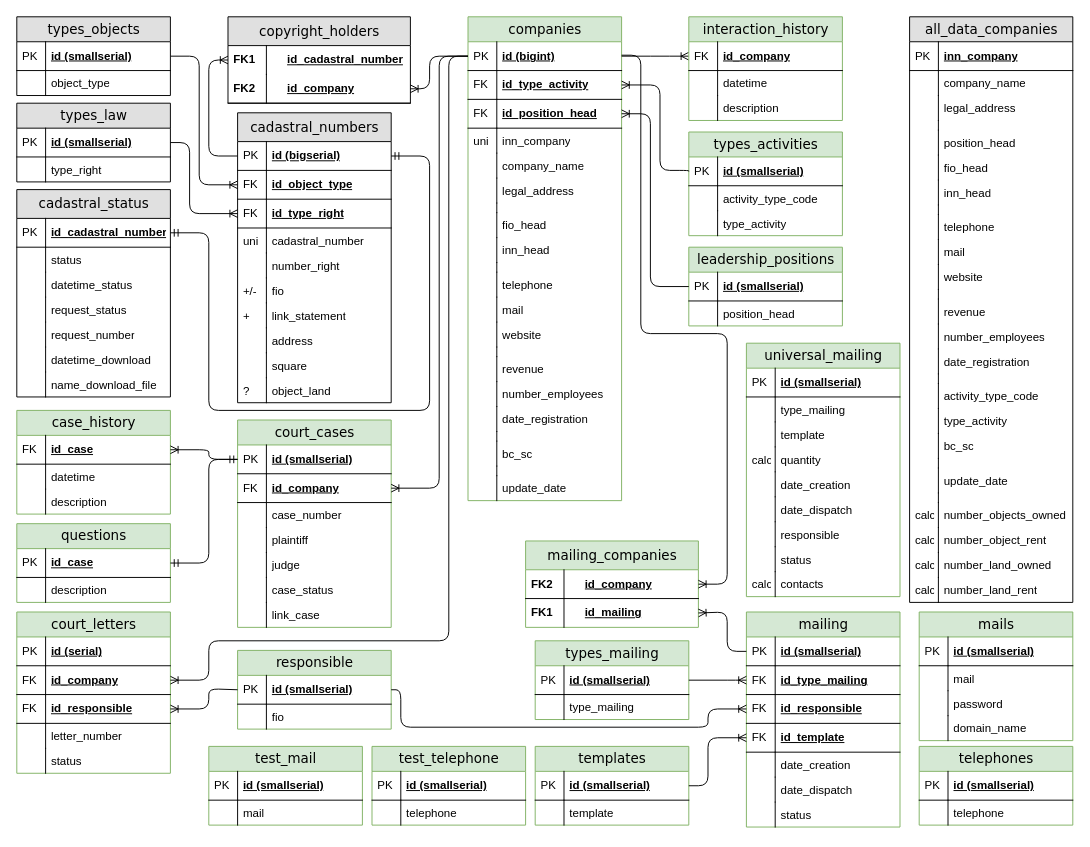
Earlier version of the draw.io diagram Диаграмма без названия.drawio (meadowse/factorial). Source tidied: cells renumbered, new cells numbered last; positions are measured from the earlier drawing's top-left corner, leaving out a move shared by most shapes. Both pictures are drawn from the tidied source at 96%, with x=0, y=0 at pixel (16, 16).
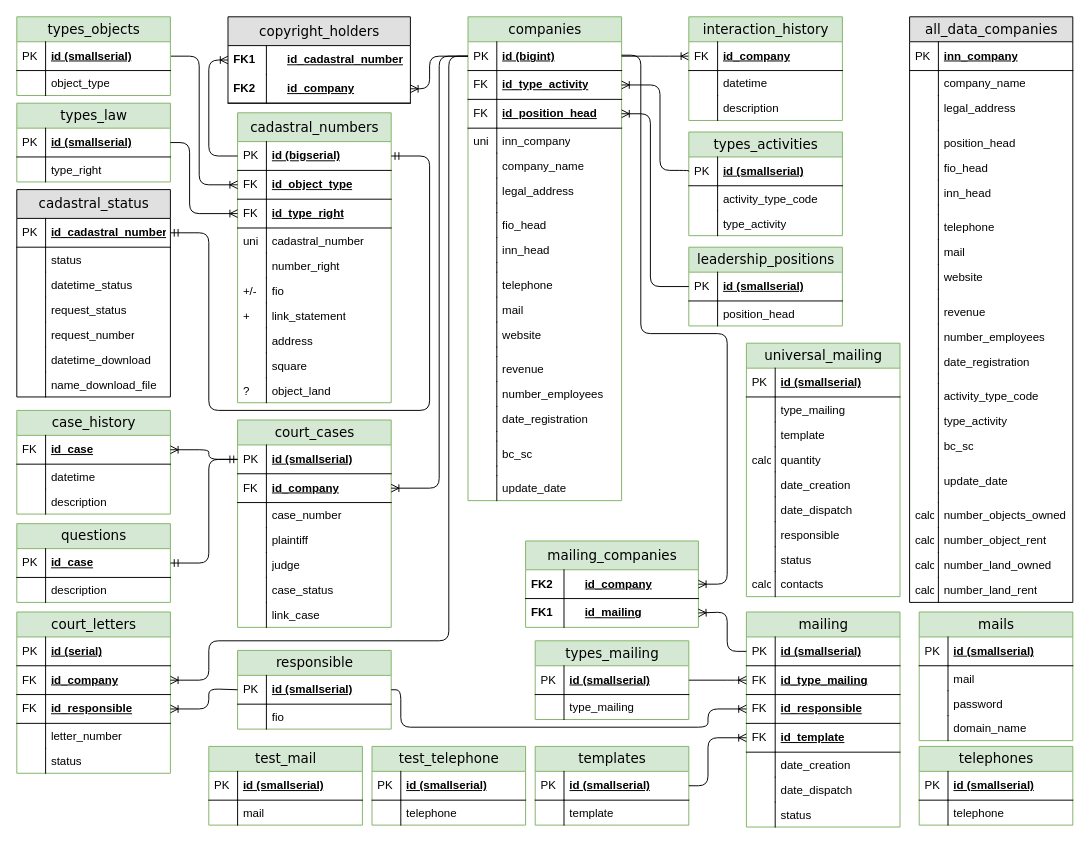
The same diagram, later.

The edit, as a diff of the source:
```diff
@@
-    <mxCell id="66" value="cadastral_numbers" style="swimlane;html=1;fontStyle=0;horizontal=1;startSize=30;fillColor=#e0e0e0;swimlaneFillColor=#ffffff;align=center;rounded=0;shadow=0;comic=0;labelBackgroundColor=none;strokeWidth=1;fontFamily=Verdana;fontSize=14;" parent="1" vertex="1">
+    <mxCell id="66" value="cadastral_numbers" style="swimlane;html=1;fontStyle=0;horizontal=1;startSize=30;fillColor=#d5e8d4;swimlaneFillColor=#ffffff;align=center;rounded=0;shadow=0;comic=0;labelBackgroundColor=none;strokeWidth=1;fontFamily=Verdana;fontSize=14;strokeColor=#82b366;" parent="1" vertex="1">
       <mxGeometry x="230" y="100" width="160" height="302" as="geometry" />
     </mxCell>
@@
-    <mxCell id="149" value="types_objects" style="swimlane;html=1;fontStyle=0;horizontal=1;startSize=26;fillColor=#e0e0e0;swimlaneFillColor=#ffffff;align=center;rounded=0;shadow=0;comic=0;labelBackgroundColor=none;strokeWidth=1;fontFamily=Verdana;fontSize=14;" parent="1" vertex="1">
+    <mxCell id="149" value="types_objects" style="swimlane;html=1;fontStyle=0;horizontal=1;startSize=26;fillColor=#d5e8d4;swimlaneFillColor=#ffffff;align=center;rounded=0;shadow=0;comic=0;labelBackgroundColor=none;strokeWidth=1;fontFamily=Verdana;fontSize=14;strokeColor=#82b366;" parent="1" vertex="1">
       <mxGeometry width="160" height="82" as="geometry" />
     </mxCell>
@@
-    <mxCell id="154" value="types_law" style="swimlane;html=1;fontStyle=0;horizontal=1;startSize=26;fillColor=#e0e0e0;swimlaneFillColor=#ffffff;align=center;rounded=0;shadow=0;comic=0;labelBackgroundColor=none;strokeWidth=1;fontFamily=Verdana;fontSize=14;" parent="1" vertex="1">
+    <mxCell id="154" value="types_law" style="swimlane;html=1;fontStyle=0;horizontal=1;startSize=26;fillColor=#d5e8d4;swimlaneFillColor=#ffffff;align=center;rounded=0;shadow=0;comic=0;labelBackgroundColor=none;strokeWidth=1;fontFamily=Verdana;fontSize=14;strokeColor=#82b366;" parent="1" vertex="1">
       <mxGeometry y="90" width="160" height="82" as="geometry" />
     </mxCell>
```
